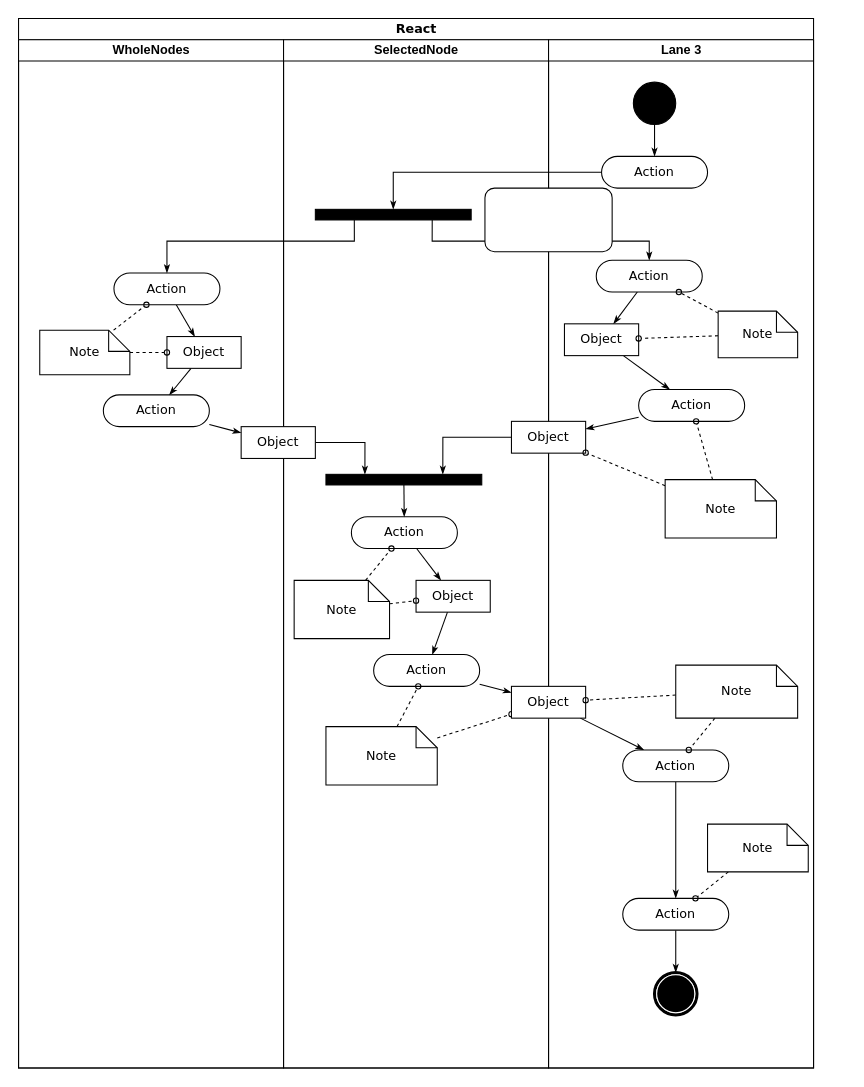
The draw.io diagram react_アクティビティ図.drawio in kiuyadeki/webpack_practice, before the edit. Source tidied: cells renumbered, new cells numbered last; positions are measured from the earlier drawing's top-left corner, leaving out a move shared by most shapes. Both pictures are drawn from the tidied source at 106%, with x=0, y=0 at pixel (18, 18).
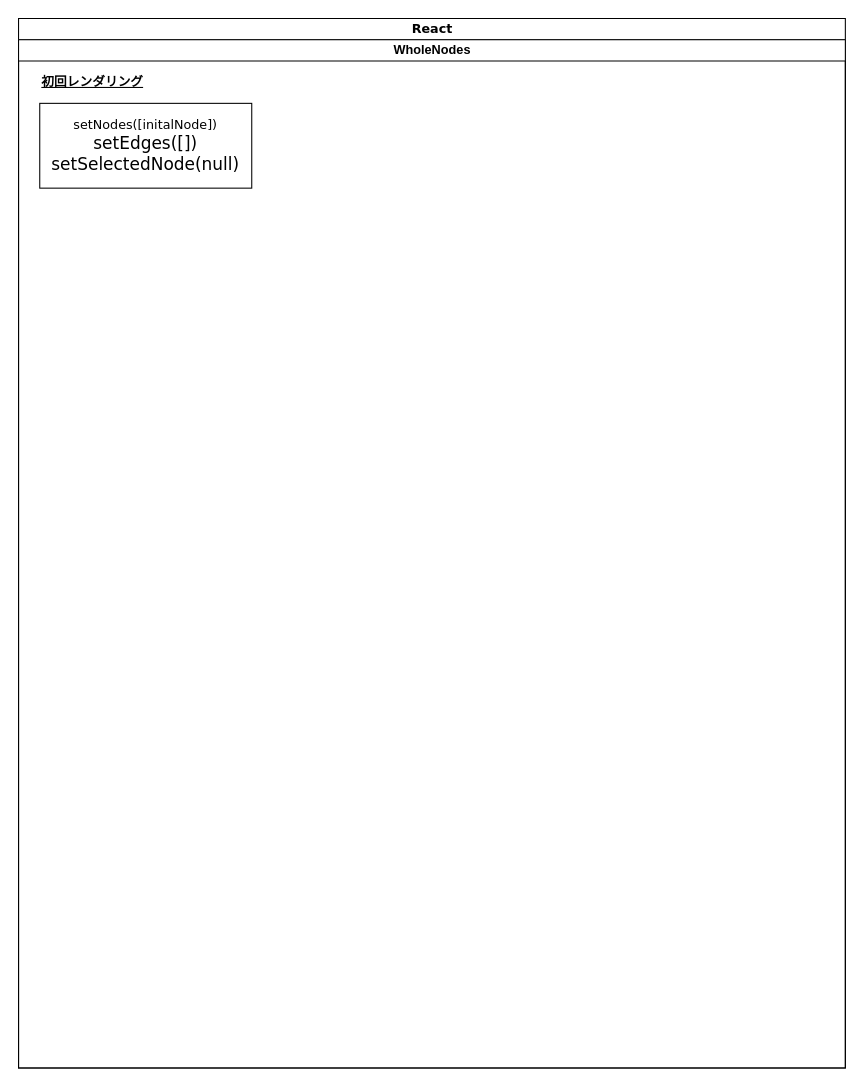
After the change.

Commit message (it also covers changes not shown here):
react_アクティビティ図.drawio を更新します

What changed in the source:
```diff
@@
     <mxCell id="2" value="React" style="swimlane;html=1;startSize=20;rounded=0;shadow=0;comic=0;labelBackgroundColor=none;strokeWidth=1;fontFamily=Verdana;fontSize=12;align=center;" parent="1" vertex="1">
-      <mxGeometry width="750" height="990" as="geometry" />
+      <mxGeometry width="780" height="990" as="geometry" />
     </mxCell>
     <mxCell id="3" value="WholeNodes" style="swimlane;html=1;startSize=20;" parent="2" vertex="1">
-      <mxGeometry y="20" width="250" height="970" as="geometry" />
+      <mxGeometry y="20" width="780" height="970" as="geometry" />
     </mxCell>
-    <mxCell id="4" style="edgeStyle=none;rounded=0;html=1;labelBackgroundColor=none;startArrow=none;startFill=0;startSize=5;endArrow=classicThin;endFill=1;endSize=5;jettySize=auto;strokeWidth=1;fontFamily=Verdana;fontSize=12;" parent="3" edge="1" source="5" target="8">
-      <mxGeometry relative="1" as="geometry" />
-    </mxCell>
-    <mxCell id="5" value="Action" style="rounded=1;whiteSpace=wrap;html=1;shadow=0;comic=0;labelBackgroundColor=none;strokeWidth=1;fontFamily=Verdana;fontSize=12;align=center;arcSize=50;" parent="3" vertex="1">
-      <mxGeometry x="90" y="220" width="100" height="30" as="geometry" />
-    </mxCell>
-    <mxCell id="6" value="Action" style="rounded=1;whiteSpace=wrap;html=1;shadow=0;comic=0;labelBackgroundColor=none;strokeWidth=1;fontFamily=Verdana;fontSize=12;align=center;arcSize=50;" parent="3" vertex="1">
-      <mxGeometry x="80" y="335" width="100" height="30" as="geometry" />
-    </mxCell>
-    <mxCell id="7" style="edgeStyle=none;rounded=0;html=1;labelBackgroundColor=none;startArrow=none;startFill=0;startSize=5;endArrow=classicThin;endFill=1;endSize=5;jettySize=auto;strokeWidth=1;fontFamily=Verdana;fontSize=12;" parent="3" edge="1" source="8" target="6">
-      <mxGeometry relative="1" as="geometry" />
-    </mxCell>
-    <mxCell id="8" value="Object" style="rounded=0;whiteSpace=wrap;html=1;shadow=0;comic=0;labelBackgroundColor=none;strokeWidth=1;fontFamily=Verdana;fontSize=12;align=center;arcSize=50;" parent="3" vertex="1">
-      <mxGeometry x="140" y="280" width="70" height="30" as="geometry" />
-    </mxCell>
-    <mxCell id="9" style="edgeStyle=none;rounded=0;html=1;labelBackgroundColor=none;startArrow=none;startFill=0;startSize=5;endArrow=oval;endFill=0;endSize=5;jettySize=auto;strokeWidth=1;fontFamily=Verdana;fontSize=12;dashed=1;" parent="3" edge="1" source="11" target="5">
-      <mxGeometry relative="1" as="geometry" />
-    </mxCell>
-    <mxCell id="10" style="edgeStyle=none;rounded=0;html=1;dashed=1;labelBackgroundColor=none;startArrow=none;startFill=0;startSize=5;endArrow=oval;endFill=0;endSize=5;jettySize=auto;strokeWidth=1;fontFamily=Verdana;fontSize=12;" parent="3" edge="1" source="11" target="8">
-      <mxGeometry relative="1" as="geometry" />
-    </mxCell>
-    <mxCell id="11" value="Note" style="shape=note;whiteSpace=wrap;html=1;rounded=0;shadow=0;comic=0;labelBackgroundColor=none;strokeWidth=1;fontFamily=Verdana;fontSize=12;align=center;size=20;" parent="3" vertex="1">
-      <mxGeometry x="20" y="274" width="85" height="42" as="geometry" />
-    </mxCell>
-    <mxCell id="12" value="SelectedNode" style="swimlane;html=1;startSize=20;" parent="2" vertex="1">
-      <mxGeometry x="250" y="20" width="250" height="970" as="geometry" />
-    </mxCell>
-    <mxCell id="13" style="whiteSpace=wrap;html=1;rounded=0;shadow=0;comic=0;labelBackgroundColor=none;strokeWidth=1;fillColor=#000000;fontFamily=Verdana;fontSize=12;align=center;rotation=0;" parent="12" vertex="1">
-      <mxGeometry x="30" y="160" width="147" height="10" as="geometry" />
-    </mxCell>
-    <mxCell id="14" style="edgeStyle=none;rounded=0;html=1;labelBackgroundColor=none;startArrow=none;startFill=0;startSize=5;endArrow=classicThin;endFill=1;endSize=5;jettySize=auto;strokeWidth=1;fontFamily=Verdana;fontSize=12;" parent="12" edge="1" source="15" target="21">
-      <mxGeometry relative="1" as="geometry" />
-    </mxCell>
-    <mxCell id="15" value="Action" style="rounded=1;whiteSpace=wrap;html=1;shadow=0;comic=0;labelBackgroundColor=none;strokeWidth=1;fontFamily=Verdana;fontSize=12;align=center;arcSize=50;" parent="12" vertex="1">
-      <mxGeometry x="64" y="450" width="100" height="30" as="geometry" />
-    </mxCell>
-    <mxCell id="16" style="edgeStyle=none;rounded=0;html=1;labelBackgroundColor=none;startArrow=none;startFill=0;startSize=5;endArrow=classicThin;endFill=1;endSize=5;jettySize=auto;strokeWidth=1;fontFamily=Verdana;fontSize=12;" parent="12" edge="1" source="17" target="15">
-      <mxGeometry relative="1" as="geometry" />
-    </mxCell>
-    <mxCell id="17" style="whiteSpace=wrap;html=1;rounded=0;shadow=0;comic=0;labelBackgroundColor=none;strokeWidth=1;fillColor=#000000;fontFamily=Verdana;fontSize=12;align=center;rotation=0;" parent="12" vertex="1">
-      <mxGeometry x="40" y="410" width="147" height="10" as="geometry" />
-    </mxCell>
-    <mxCell id="18" style="edgeStyle=orthogonalEdgeStyle;rounded=0;html=1;entryX=0.25;entryY=0;labelBackgroundColor=none;startArrow=none;startFill=0;startSize=5;endArrow=classicThin;endFill=1;endSize=5;jettySize=auto;strokeWidth=1;fontFamily=Verdana;fontSize=12;" parent="12" edge="1" source="19" target="17">
-      <mxGeometry relative="1" as="geometry" />
-    </mxCell>
-    <mxCell id="19" value="Object" style="rounded=0;whiteSpace=wrap;html=1;shadow=0;comic=0;labelBackgroundColor=none;strokeWidth=1;fontFamily=Verdana;fontSize=12;align=center;arcSize=50;" parent="12" vertex="1">
-      <mxGeometry x="-40" y="365" width="70" height="30" as="geometry" />
-    </mxCell>
-    <mxCell id="20" style="edgeStyle=none;rounded=0;html=1;labelBackgroundColor=none;startArrow=none;startFill=0;startSize=5;endArrow=classicThin;endFill=1;endSize=5;jettySize=auto;strokeWidth=1;fontFamily=Verdana;fontSize=12;" parent="12" edge="1" source="21" target="22">
-      <mxGeometry relative="1" as="geometry" />
-    </mxCell>
-    <mxCell id="21" value="Object" style="rounded=0;whiteSpace=wrap;html=1;shadow=0;comic=0;labelBackgroundColor=none;strokeWidth=1;fontFamily=Verdana;fontSize=12;align=center;arcSize=50;" parent="12" vertex="1">
-      <mxGeometry x="125" y="510" width="70" height="30" as="geometry" />
-    </mxCell>
-    <mxCell id="22" value="Action" style="rounded=1;whiteSpace=wrap;html=1;shadow=0;comic=0;labelBackgroundColor=none;strokeWidth=1;fontFamily=Verdana;fontSize=12;align=center;arcSize=50;" parent="12" vertex="1">
-      <mxGeometry x="85" y="580" width="100" height="30" as="geometry" />
-    </mxCell>
-    <mxCell id="23" style="edgeStyle=none;rounded=0;html=1;dashed=1;labelBackgroundColor=none;startArrow=none;startFill=0;startSize=5;endArrow=oval;endFill=0;endSize=5;jettySize=auto;strokeWidth=1;fontFamily=Verdana;fontSize=12;" parent="12" edge="1" source="25" target="15">
-      <mxGeometry relative="1" as="geometry" />
-    </mxCell>
-    <mxCell id="24" style="edgeStyle=none;rounded=0;html=1;dashed=1;labelBackgroundColor=none;startArrow=none;startFill=0;startSize=5;endArrow=oval;endFill=0;endSize=5;jettySize=auto;strokeWidth=1;fontFamily=Verdana;fontSize=12;" parent="12" edge="1" source="25" target="21">
-      <mxGeometry relative="1" as="geometry" />
-    </mxCell>
-    <mxCell id="25" value="Note" style="shape=note;whiteSpace=wrap;html=1;rounded=0;shadow=0;comic=0;labelBackgroundColor=none;strokeWidth=1;fontFamily=Verdana;fontSize=12;align=center;size=20;" parent="12" vertex="1">
-      <mxGeometry x="10" y="510" width="90" height="55" as="geometry" />
-    </mxCell>
-    <mxCell id="26" style="edgeStyle=none;rounded=0;html=1;dashed=1;labelBackgroundColor=none;startArrow=none;startFill=0;startSize=5;endArrow=oval;endFill=0;endSize=5;jettySize=auto;strokeWidth=1;fontFamily=Verdana;fontSize=12;" parent="12" edge="1" source="27" target="22">
-      <mxGeometry relative="1" as="geometry" />
-    </mxCell>
-    <mxCell id="27" value="Note" style="shape=note;whiteSpace=wrap;html=1;rounded=0;shadow=0;comic=0;labelBackgroundColor=none;strokeWidth=1;fontFamily=Verdana;fontSize=12;align=center;size=20;" parent="12" vertex="1">
-      <mxGeometry x="40" y="648" width="105" height="55" as="geometry" />
-    </mxCell>
-    <mxCell id="28" style="edgeStyle=orthogonalEdgeStyle;rounded=0;html=1;entryX=0.5;entryY=0;labelBackgroundColor=none;startArrow=none;startFill=0;startSize=5;endArrow=classicThin;endFill=1;endSize=5;jettySize=auto;strokeWidth=1;fontFamily=Verdana;fontSize=12;" parent="2" edge="1" source="38" target="13">
-      <mxGeometry relative="1" as="geometry">
-        <Array as="points">
-          <mxPoint x="354" y="145" />
-        </Array>
-      </mxGeometry>
-    </mxCell>
-    <mxCell id="29" style="edgeStyle=orthogonalEdgeStyle;rounded=0;html=1;exitX=0.75;exitY=1;labelBackgroundColor=none;startArrow=none;startFill=0;startSize=5;endArrow=classicThin;endFill=1;endSize=5;jettySize=auto;strokeWidth=1;fontFamily=Verdana;fontSize=12;" parent="2" edge="1" source="13" target="40">
-      <mxGeometry relative="1" as="geometry">
-        <Array as="points">
-          <mxPoint x="390" y="210" />
-          <mxPoint x="595" y="210" />
-        </Array>
-      </mxGeometry>
-    </mxCell>
-    <mxCell id="30" style="edgeStyle=orthogonalEdgeStyle;rounded=0;html=1;exitX=0.25;exitY=1;entryX=0.5;entryY=0;labelBackgroundColor=none;startArrow=none;startFill=0;startSize=5;endArrow=classicThin;endFill=1;endSize=5;jettySize=auto;strokeWidth=1;fontFamily=Verdana;fontSize=12;" parent="2" edge="1" source="13" target="5">
-      <mxGeometry relative="1" as="geometry">
-        <Array as="points">
-          <mxPoint x="317" y="210" />
-          <mxPoint x="140" y="210" />
-        </Array>
-      </mxGeometry>
-    </mxCell>
-    <mxCell id="31" style="edgeStyle=orthogonalEdgeStyle;rounded=0;html=1;entryX=0.75;entryY=0;labelBackgroundColor=none;startArrow=none;startFill=0;startSize=5;endArrow=classicThin;endFill=1;endSize=5;jettySize=auto;strokeWidth=1;fontFamily=Verdana;fontSize=12;" parent="2" edge="1" source="45" target="17">
-      <mxGeometry relative="1" as="geometry" />
-    </mxCell>
-    <mxCell id="32" style="edgeStyle=none;rounded=0;html=1;labelBackgroundColor=none;startArrow=none;startFill=0;startSize=5;endArrow=classicThin;endFill=1;endSize=5;jettySize=auto;strokeWidth=1;fontFamily=Verdana;fontSize=12;" parent="2" edge="1" source="6" target="19">
-      <mxGeometry relative="1" as="geometry" />
-    </mxCell>
-    <mxCell id="33" style="edgeStyle=none;rounded=0;html=1;labelBackgroundColor=none;startArrow=none;startFill=0;startSize=5;endArrow=classicThin;endFill=1;endSize=5;jettySize=auto;strokeWidth=1;fontFamily=Verdana;fontSize=12;" parent="2" edge="1" source="22" target="47">
-      <mxGeometry relative="1" as="geometry" />
-    </mxCell>
-    <mxCell id="34" style="edgeStyle=none;rounded=0;html=1;dashed=1;labelBackgroundColor=none;startArrow=none;startFill=0;startSize=5;endArrow=oval;endFill=0;endSize=5;jettySize=auto;strokeWidth=1;fontFamily=Verdana;fontSize=12;" parent="2" edge="1" source="27" target="47">
-      <mxGeometry relative="1" as="geometry" />
-    </mxCell>
-    <mxCell id="35" value="Lane 3" style="swimlane;html=1;startSize=20;" parent="2" vertex="1">
-      <mxGeometry x="500" y="20" width="250" height="970" as="geometry" />
-    </mxCell>
-    <mxCell id="36" style="edgeStyle=orthogonalEdgeStyle;rounded=0;html=1;labelBackgroundColor=none;startArrow=none;startFill=0;startSize=5;endArrow=classicThin;endFill=1;endSize=5;jettySize=auto;strokeWidth=1;fontFamily=Verdana;fontSize=12;" parent="35" edge="1" source="37" target="38">
-      <mxGeometry relative="1" as="geometry" />
-    </mxCell>
-    <mxCell id="37" style="ellipse;whiteSpace=wrap;html=1;rounded=0;shadow=0;comic=0;labelBackgroundColor=none;strokeWidth=1;fillColor=#000000;fontFamily=Verdana;fontSize=12;align=center;" parent="35" vertex="1">
-      <mxGeometry x="80" y="40" width="40" height="40" as="geometry" />
-    </mxCell>
-    <mxCell id="38" value="Action" style="rounded=1;whiteSpace=wrap;html=1;shadow=0;comic=0;labelBackgroundColor=none;strokeWidth=1;fontFamily=Verdana;fontSize=12;align=center;arcSize=50;" parent="35" vertex="1">
-      <mxGeometry x="50" y="110" width="100" height="30" as="geometry" />
-    </mxCell>
-    <mxCell id="39" style="rounded=0;html=1;labelBackgroundColor=none;startArrow=none;startFill=0;startSize=5;endArrow=classicThin;endFill=1;endSize=5;jettySize=auto;strokeWidth=1;fontFamily=Verdana;fontSize=12;" parent="35" edge="1" source="40" target="44">
-      <mxGeometry relative="1" as="geometry" />
-    </mxCell>
-    <mxCell id="40" value="Action" style="rounded=1;whiteSpace=wrap;html=1;shadow=0;comic=0;labelBackgroundColor=none;strokeWidth=1;fontFamily=Verdana;fontSize=12;align=center;arcSize=50;" parent="35" vertex="1">
-      <mxGeometry x="45" y="208" width="100" height="30" as="geometry" />
-    </mxCell>
-    <mxCell id="41" style="edgeStyle=none;rounded=0;html=1;labelBackgroundColor=none;startArrow=none;startFill=0;startSize=5;endArrow=classicThin;endFill=1;endSize=5;jettySize=auto;strokeWidth=1;fontFamily=Verdana;fontSize=12;" parent="35" edge="1" source="42" target="45">
-      <mxGeometry relative="1" as="geometry" />
-    </mxCell>
-    <mxCell id="42" value="Action" style="rounded=1;whiteSpace=wrap;html=1;shadow=0;comic=0;labelBackgroundColor=none;strokeWidth=1;fontFamily=Verdana;fontSize=12;align=center;arcSize=50;" parent="35" vertex="1">
-      <mxGeometry x="85" y="330" width="100" height="30" as="geometry" />
-    </mxCell>
-    <mxCell id="43" style="edgeStyle=none;rounded=0;html=1;labelBackgroundColor=none;startArrow=none;startFill=0;startSize=5;endArrow=classicThin;endFill=1;endSize=5;jettySize=auto;strokeWidth=1;fontFamily=Verdana;fontSize=12;" parent="35" edge="1" source="44" target="42">
-      <mxGeometry relative="1" as="geometry" />
-    </mxCell>
-    <mxCell id="44" value="Object" style="rounded=0;whiteSpace=wrap;html=1;shadow=0;comic=0;labelBackgroundColor=none;strokeWidth=1;fontFamily=Verdana;fontSize=12;align=center;arcSize=50;" parent="35" vertex="1">
-      <mxGeometry x="15" y="268" width="70" height="30" as="geometry" />
+    <mxCell id="44" value="&lt;font style=&quot;font-size: 12px;&quot;&gt;setNodes([initalNode])&lt;/font&gt;&lt;div&gt;&lt;font size=&quot;3&quot; style=&quot;&quot;&gt;setEdges([])&lt;/font&gt;&lt;/div&gt;&lt;div&gt;&lt;font size=&quot;3&quot; style=&quot;&quot;&gt;setSelectedNode(null)&lt;/font&gt;&lt;/div&gt;" style="rounded=0;whiteSpace=wrap;html=1;shadow=0;comic=0;labelBackgroundColor=none;strokeWidth=1;fontFamily=Verdana;fontSize=12;align=center;arcSize=50;" parent="3" vertex="1">
+      <mxGeometry x="20" y="60" width="200" height="80" as="geometry" />
     </mxCell>
-    <mxCell id="45" value="Object" style="rounded=0;whiteSpace=wrap;html=1;shadow=0;comic=0;labelBackgroundColor=none;strokeWidth=1;fontFamily=Verdana;fontSize=12;align=center;arcSize=50;" parent="35" vertex="1">
-      <mxGeometry x="-35" y="360" width="70" height="30" as="geometry" />
-    </mxCell>
-    <mxCell id="46" style="edgeStyle=none;rounded=0;html=1;labelBackgroundColor=none;startArrow=none;startFill=0;startSize=5;endArrow=classicThin;endFill=1;endSize=5;jettySize=auto;strokeWidth=1;fontFamily=Verdana;fontSize=12;" parent="35" edge="1" source="47" target="49">
-      <mxGeometry relative="1" as="geometry" />
-    </mxCell>
-    <mxCell id="47" value="Object" style="rounded=0;whiteSpace=wrap;html=1;shadow=0;comic=0;labelBackgroundColor=none;strokeWidth=1;fontFamily=Verdana;fontSize=12;align=center;arcSize=50;" parent="35" vertex="1">
-      <mxGeometry x="-35" y="610" width="70" height="30" as="geometry" />
-    </mxCell>
-    <mxCell id="48" style="edgeStyle=none;rounded=0;html=1;labelBackgroundColor=none;startArrow=none;startFill=0;startSize=5;endArrow=classicThin;endFill=1;endSize=5;jettySize=auto;strokeWidth=1;fontFamily=Verdana;fontSize=12;" parent="35" edge="1" source="49" target="51">
-      <mxGeometry relative="1" as="geometry" />
-    </mxCell>
-    <mxCell id="49" value="Action" style="rounded=1;whiteSpace=wrap;html=1;shadow=0;comic=0;labelBackgroundColor=none;strokeWidth=1;fontFamily=Verdana;fontSize=12;align=center;arcSize=50;" parent="35" vertex="1">
-      <mxGeometry x="70" y="670" width="100" height="30" as="geometry" />
-    </mxCell>
-    <mxCell id="50" style="edgeStyle=none;rounded=0;html=1;labelBackgroundColor=none;startArrow=none;startFill=0;startSize=5;endArrow=classicThin;endFill=1;endSize=5;jettySize=auto;strokeWidth=1;fontFamily=Verdana;fontSize=12;" parent="35" edge="1" source="51" target="52">
-      <mxGeometry relative="1" as="geometry" />
-    </mxCell>
-    <mxCell id="51" value="Action" style="rounded=1;whiteSpace=wrap;html=1;shadow=0;comic=0;labelBackgroundColor=none;strokeWidth=1;fontFamily=Verdana;fontSize=12;align=center;arcSize=50;" parent="35" vertex="1">
-      <mxGeometry x="70" y="810" width="100" height="30" as="geometry" />
-    </mxCell>
-    <mxCell id="52" style="shape=mxgraph.bpmn.shape;html=1;verticalLabelPosition=bottom;labelBackgroundColor=#ffffff;verticalAlign=top;perimeter=ellipsePerimeter;outline=end;symbol=terminate;rounded=0;shadow=0;comic=0;strokeWidth=1;fontFamily=Verdana;fontSize=12;align=center;" parent="35" vertex="1">
-      <mxGeometry x="100" y="880" width="40" height="40" as="geometry" />
-    </mxCell>
-    <mxCell id="53" style="edgeStyle=none;rounded=0;html=1;dashed=1;labelBackgroundColor=none;startArrow=none;startFill=0;startSize=5;endArrow=oval;endFill=0;endSize=5;jettySize=auto;strokeWidth=1;fontFamily=Verdana;fontSize=12;" parent="35" edge="1" source="55" target="40">
-      <mxGeometry relative="1" as="geometry" />
-    </mxCell>
-    <mxCell id="54" style="edgeStyle=none;rounded=0;html=1;dashed=1;labelBackgroundColor=none;startArrow=none;startFill=0;startSize=5;endArrow=oval;endFill=0;endSize=5;jettySize=auto;strokeWidth=1;fontFamily=Verdana;fontSize=12;" parent="35" edge="1" source="55" target="44">
-      <mxGeometry relative="1" as="geometry" />
-    </mxCell>
-    <mxCell id="55" value="Note" style="shape=note;whiteSpace=wrap;html=1;rounded=0;shadow=0;comic=0;labelBackgroundColor=none;strokeWidth=1;fontFamily=Verdana;fontSize=12;align=center;size=20;" parent="35" vertex="1">
-      <mxGeometry x="160" y="256" width="75" height="44" as="geometry" />
-    </mxCell>
-    <mxCell id="56" style="edgeStyle=none;rounded=0;html=1;dashed=1;labelBackgroundColor=none;startArrow=none;startFill=0;startSize=5;endArrow=oval;endFill=0;endSize=5;jettySize=auto;strokeWidth=1;fontFamily=Verdana;fontSize=12;" parent="35" edge="1" source="58" target="42">
-      <mxGeometry relative="1" as="geometry" />
-    </mxCell>
-    <mxCell id="57" style="edgeStyle=none;rounded=0;html=1;dashed=1;labelBackgroundColor=none;startArrow=none;startFill=0;startSize=5;endArrow=oval;endFill=0;endSize=5;jettySize=auto;strokeWidth=1;fontFamily=Verdana;fontSize=12;" parent="35" edge="1" source="58" target="45">
-      <mxGeometry relative="1" as="geometry" />
-    </mxCell>
-    <mxCell id="58" value="Note" style="shape=note;whiteSpace=wrap;html=1;rounded=0;shadow=0;comic=0;labelBackgroundColor=none;strokeWidth=1;fontFamily=Verdana;fontSize=12;align=center;size=20;" parent="35" vertex="1">
-      <mxGeometry x="110" y="415" width="105" height="55" as="geometry" />
-    </mxCell>
-    <mxCell id="59" style="edgeStyle=none;rounded=0;html=1;dashed=1;labelBackgroundColor=none;startArrow=none;startFill=0;startSize=5;endArrow=oval;endFill=0;endSize=5;jettySize=auto;strokeWidth=1;fontFamily=Verdana;fontSize=12;" parent="35" edge="1" source="61" target="49">
-      <mxGeometry relative="1" as="geometry" />
-    </mxCell>
-    <mxCell id="60" style="edgeStyle=none;rounded=0;html=1;dashed=1;labelBackgroundColor=none;startArrow=none;startFill=0;startSize=5;endArrow=oval;endFill=0;endSize=5;jettySize=auto;strokeWidth=1;fontFamily=Verdana;fontSize=12;" parent="35" edge="1" source="61" target="47">
-      <mxGeometry relative="1" as="geometry" />
-    </mxCell>
-    <mxCell id="61" value="Note" style="shape=note;whiteSpace=wrap;html=1;rounded=0;shadow=0;comic=0;labelBackgroundColor=none;strokeWidth=1;fontFamily=Verdana;fontSize=12;align=center;size=20;" parent="35" vertex="1">
-      <mxGeometry x="120" y="590" width="115" height="50" as="geometry" />
-    </mxCell>
-    <mxCell id="62" style="edgeStyle=none;rounded=0;html=1;dashed=1;labelBackgroundColor=none;startArrow=none;startFill=0;startSize=5;endArrow=oval;endFill=0;endSize=5;jettySize=auto;strokeWidth=1;fontFamily=Verdana;fontSize=12;" parent="35" edge="1" source="63" target="51">
-      <mxGeometry relative="1" as="geometry" />
-    </mxCell>
-    <mxCell id="63" value="Note" style="shape=note;whiteSpace=wrap;html=1;rounded=0;shadow=0;comic=0;labelBackgroundColor=none;strokeWidth=1;fontFamily=Verdana;fontSize=12;align=center;size=20;" parent="35" vertex="1">
-      <mxGeometry x="150" y="740" width="95" height="45" as="geometry" />
-    </mxCell>
-    <mxCell id="64" style="rounded=1;whiteSpace=wrap;html=1;" parent="1" vertex="1">
-      <mxGeometry x="440" y="160" width="120" height="60" as="geometry" />
-    </mxCell>
+    <mxCell id="65" value="&lt;u&gt;&lt;b&gt;初回レンダリング&lt;/b&gt;&lt;/u&gt;" style="text;html=1;align=center;verticalAlign=middle;whiteSpace=wrap;rounded=0;" parent="3" vertex="1">
+      <mxGeometry x="10" y="30" width="120" height="20" as="geometry" />
+    </mxCell>
```
